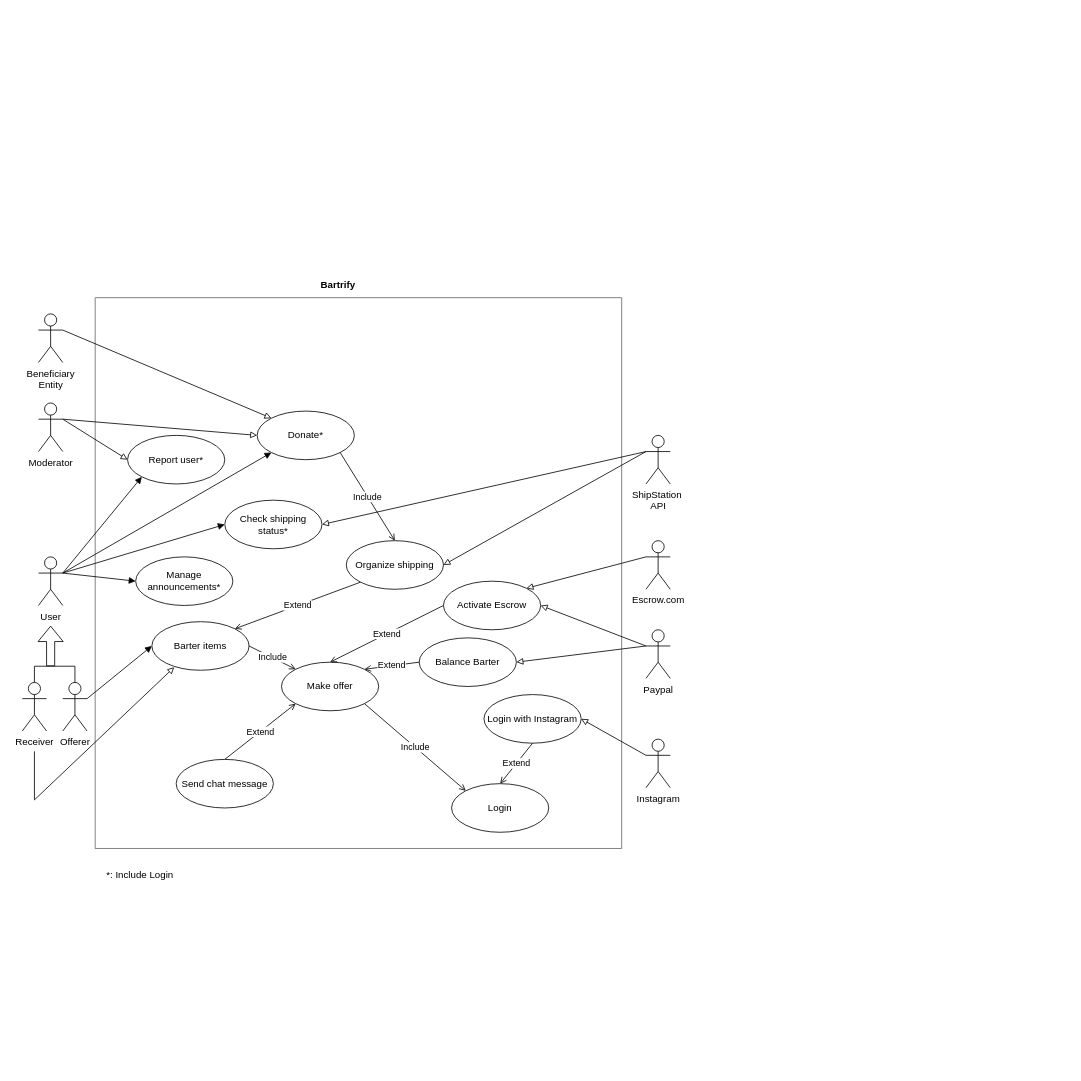
The draw.io diagram Use Case Diagram.drawio in davideila/Bartrify, before the edit. Source tidied: cells renumbered, new cells numbered last; positions are measured from the earlier drawing's top-left corner, leaving out a move shared by most shapes. Both pictures are drawn from the tidied source at 81%, with x=0, y=0 at pixel (22, 273).
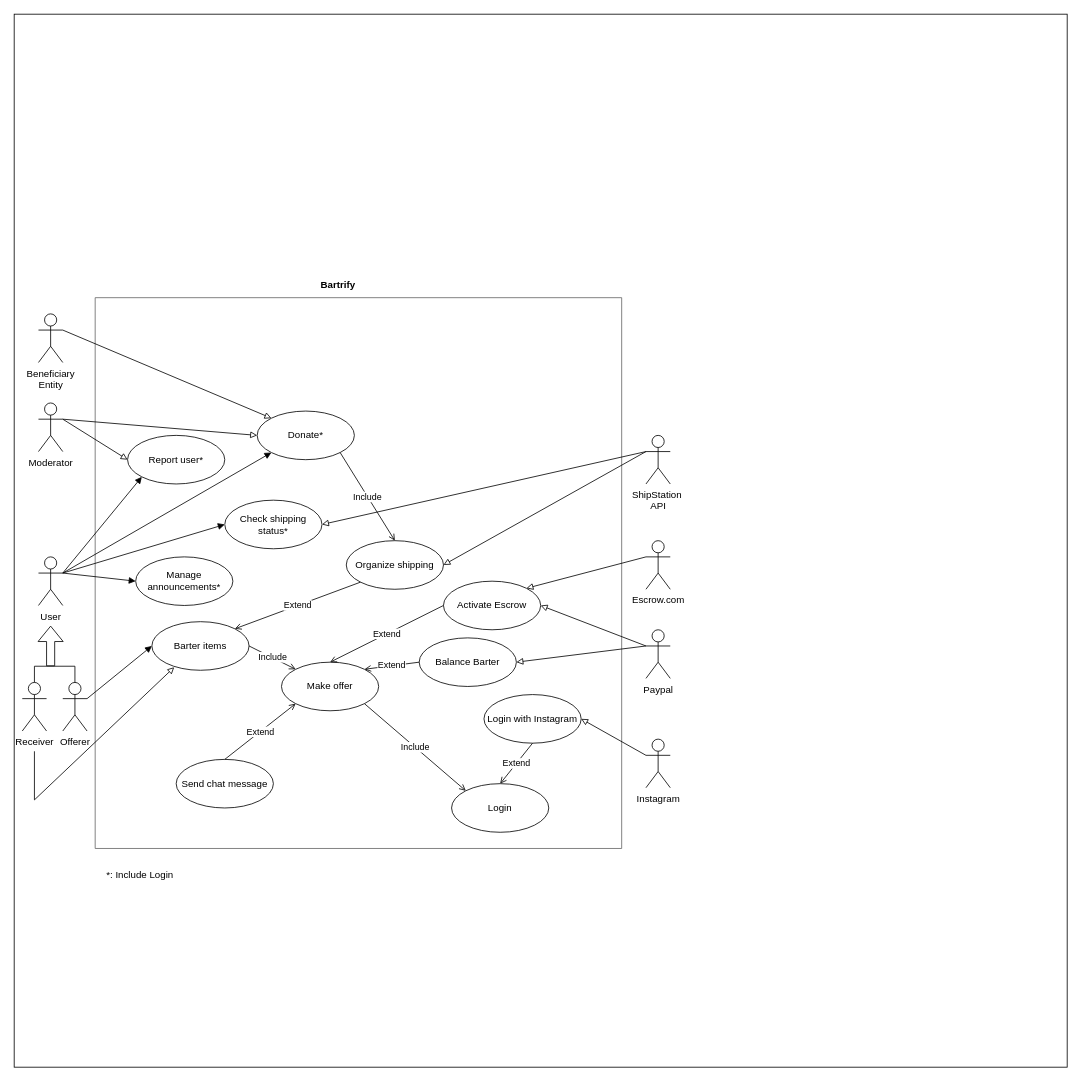
Above is the later version.

Change to the diagram source:
```diff
@@
+    <mxCell id="51" style="whiteSpace=wrap;html=1;" parent="1" vertex="1">
+      <mxGeometry x="-10" y="-320" width="1300" height="1300" as="geometry" />
+    </mxCell>
```
